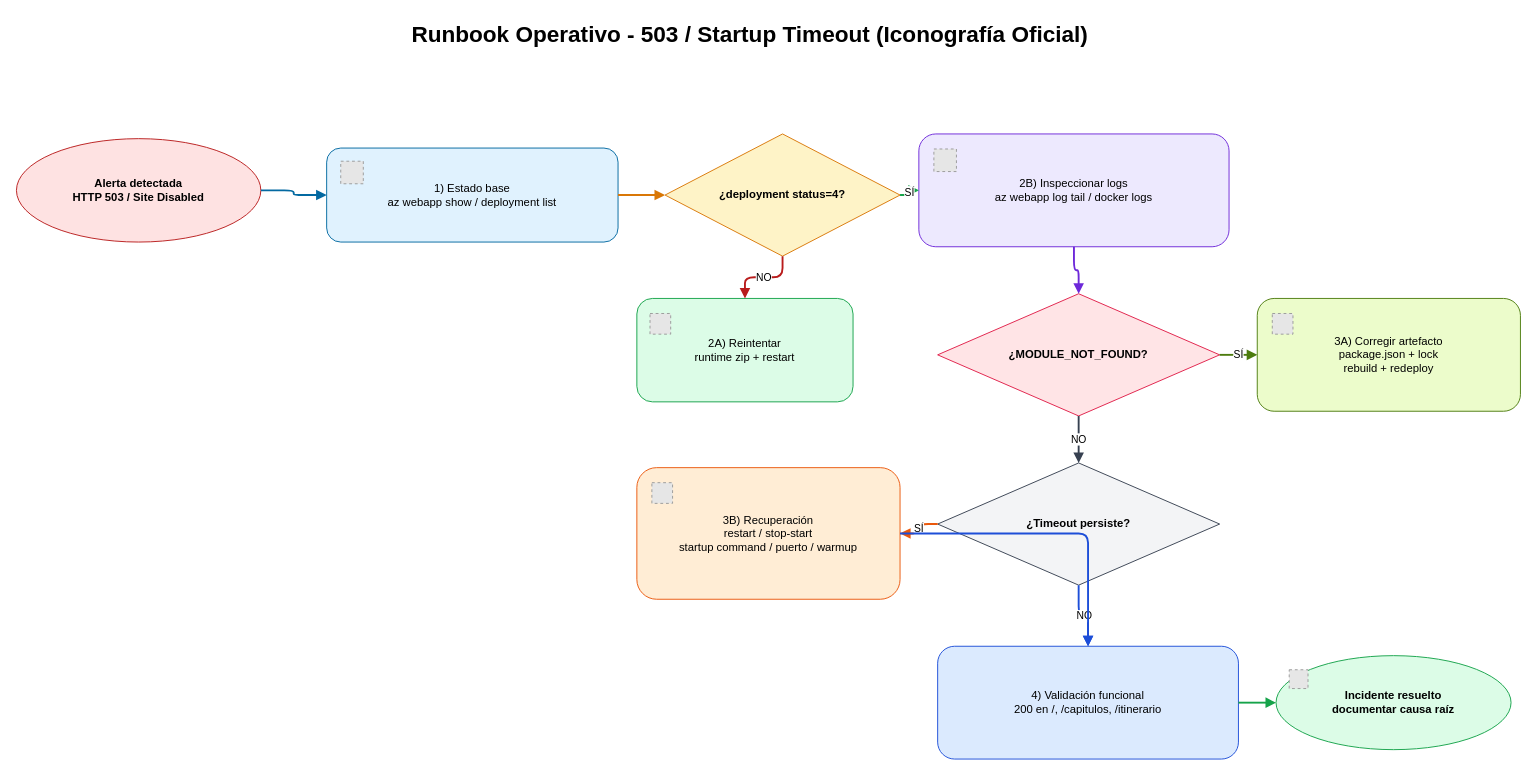
CSA-DanielVillamizar/L.A.M.A.-Rregion-Norte keeps this draw.io diagram as docs/runbook-incidentes-operativos-iconos.drawio. Above is the earlier version. Source tidied: cells renumbered, new cells numbered last; positions are measured from the earlier drawing's top-left corner, leaving out a move shared by most shapes. Both pictures are drawn from the tidied source at 94%, with x=0, y=0 at pixel (16, 16). Pictures stored in the file or linked from it are replaced by grey dashed boxes.
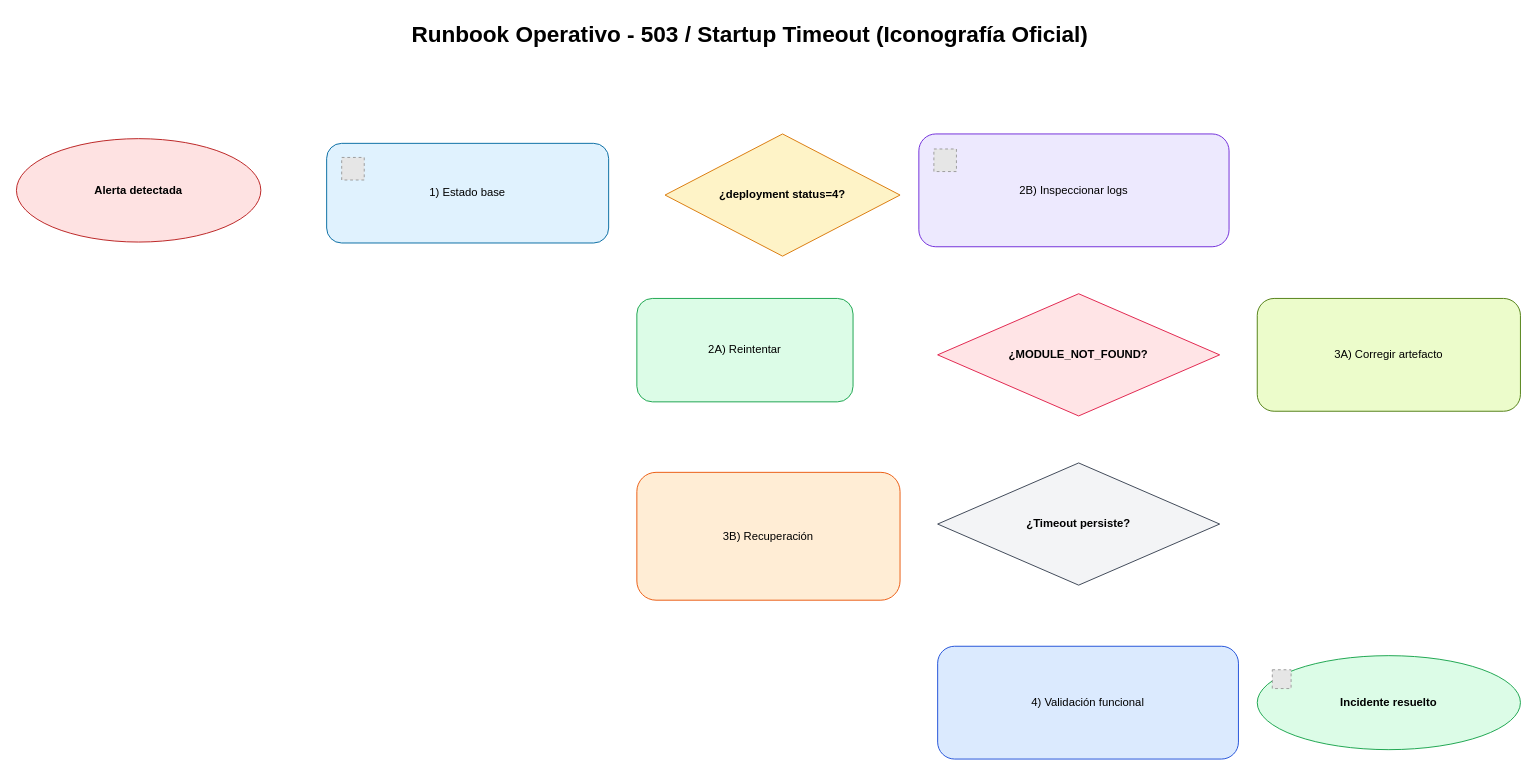
The same diagram, later.

Commit message (it also covers changes not shown here):
docs(diagrams): iconos oficiales reales de Microsoft Azure y GitHub

The change refers to these unchanged cells:
```xml
<mxCell id="6" value="¿deployment status=4?" style="rhombus;whiteSpace=wrap;html=1;fillColor=#FEF3C7;strokeColor=#D97706;fontStyle=1;" parent="1" vertex="1">
  <mxGeometry x="690" y="125" width="250" height="130" as="geometry" />
</mxCell>
<mxCell id="11" value="¿MODULE_NOT_FOUND?" style="rhombus;whiteSpace=wrap;html=1;fillColor=#FFE4E6;strokeColor=#E11D48;fontStyle=1;" parent="1" vertex="1">
  <mxGeometry x="980" y="295" width="300" height="130" as="geometry" />
</mxCell>
<mxCell id="14" value="¿Timeout persiste?" style="rhombus;whiteSpace=wrap;html=1;fillColor=#F3F4F6;strokeColor=#374151;fontStyle=1;" parent="1" vertex="1">
  <mxGeometry x="980" y="475" width="300" height="130" as="geometry" />
</mxCell>
```

The edit, as a diff of the source:
```diff
@@
-    <mxCell id="3" value="Alerta detectada&#10;HTTP 503 / Site Disabled" style="ellipse;whiteSpace=wrap;html=1;fillColor=#FEE2E2;strokeColor=#B91C1C;fontStyle=1;" parent="1" vertex="1">
-      <mxGeometry y="130" width="260" height="110" as="geometry" />
-    </mxCell>
-    <mxCell id="4" value="1) Estado base&#10;az webapp show / deployment list" style="rounded=1;whiteSpace=wrap;html=1;fillColor=#E0F2FE;strokeColor=#0369A1;" parent="1" vertex="1">
-      <mxGeometry x="330" y="140" width="310" height="100" as="geometry" />
-    </mxCell>
-    <mxCell id="5" style="fillColor=#E6E6E6;strokeColor=#999999;dashed=1;html=1;" parent="1" vertex="1">
-      <mxGeometry x="345" y="154" width="24" height="24" as="geometry" />
-    </mxCell>
+    <mxCell id="31" value="Alerta detectada" style="ellipse;whiteSpace=wrap;html=1;fillColor=#FEE2E2;strokeColor=#B91C1C;fontStyle=1;" parent="1" vertex="1">
+      <mxGeometry y="130" width="260" height="110" as="geometry" />
+    </mxCell>
+    <mxCell id="32" value="1) Estado base" style="rounded=1;whiteSpace=wrap;html=1;fillColor=#E0F2FE;strokeColor=#0369A1;" parent="1" vertex="1">
+      <mxGeometry x="330" y="135" width="300" height="106" as="geometry" />
+    </mxCell>
+    <mxCell id="33" style="fillColor=#E6E6E6;strokeColor=#999999;dashed=1;html=1;" parent="1" vertex="1">
+      <mxGeometry x="346" y="150" width="24" height="24" as="geometry" />
+    </mxCell>
@@
-    <mxCell id="7" value="2A) Reintentar&#10;runtime zip + restart" style="rounded=1;whiteSpace=wrap;html=1;fillColor=#DCFCE7;strokeColor=#16A34A;" parent="1" vertex="1">
-      <mxGeometry x="660" y="300" width="230" height="110" as="geometry" />
-    </mxCell>
-    <mxCell id="8" style="fillColor=#E6E6E6;strokeColor=#999999;dashed=1;html=1;" parent="1" vertex="1">
-      <mxGeometry x="674" y="316" width="22" height="22" as="geometry" />
-    </mxCell>
-    <mxCell id="9" value="2B) Inspeccionar logs&#10;az webapp log tail / docker logs" style="rounded=1;whiteSpace=wrap;html=1;fillColor=#EDE9FE;strokeColor=#6D28D9;" parent="1" vertex="1">
-      <mxGeometry x="960" y="125" width="330" height="120" as="geometry" />
-    </mxCell>
+    <mxCell id="34" value="2A) Reintentar" style="rounded=1;whiteSpace=wrap;html=1;fillColor=#DCFCE7;strokeColor=#16A34A;" parent="1" vertex="1">
+      <mxGeometry x="660" y="300" width="230" height="110" as="geometry" />
+    </mxCell>
+    <mxCell id="35" value="2B) Inspeccionar logs" style="rounded=1;whiteSpace=wrap;html=1;fillColor=#EDE9FE;strokeColor=#6D28D9;" parent="1" vertex="1">
+      <mxGeometry x="960" y="125" width="330" height="120" as="geometry" />
+    </mxCell>
@@
-    <mxCell id="12" value="3A) Corregir artefacto&#10;package.json + lock&#10;rebuild + redeploy" style="rounded=1;whiteSpace=wrap;html=1;fillColor=#ECFCCB;strokeColor=#4D7C0F;" parent="1" vertex="1">
-      <mxGeometry x="1320" y="300" width="280" height="120" as="geometry" />
-    </mxCell>
-    <mxCell id="13" style="fillColor=#E6E6E6;strokeColor=#999999;dashed=1;html=1;" parent="1" vertex="1">
-      <mxGeometry x="1336" y="316" width="22" height="22" as="geometry" />
-    </mxCell>
+    <mxCell id="36" value="3A) Corregir artefacto" style="rounded=1;whiteSpace=wrap;html=1;fillColor=#ECFCCB;strokeColor=#4D7C0F;" parent="1" vertex="1">
+      <mxGeometry x="1320" y="300" width="280" height="120" as="geometry" />
+    </mxCell>
@@
-    <mxCell id="15" value="3B) Recuperación&#10;restart / stop-start&#10;startup command / puerto / warmup" style="rounded=1;whiteSpace=wrap;html=1;fillColor=#FFEDD5;strokeColor=#EA580C;" parent="1" vertex="1">
-      <mxGeometry x="660" y="480" width="280" height="140" as="geometry" />
-    </mxCell>
-    <mxCell id="16" style="fillColor=#E6E6E6;strokeColor=#999999;dashed=1;html=1;" parent="1" vertex="1">
-      <mxGeometry x="676" y="496" width="22" height="22" as="geometry" />
-    </mxCell>
-    <mxCell id="17" value="4) Validación funcional&#10;200 en /, /capitulos, /itinerario" style="rounded=1;whiteSpace=wrap;html=1;fillColor=#DBEAFE;strokeColor=#1D4ED8;" parent="1" vertex="1">
-      <mxGeometry x="980" y="670" width="320" height="120" as="geometry" />
-    </mxCell>
-    <mxCell id="18" value="Incidente resuelto&#10;documentar causa raíz" style="ellipse;whiteSpace=wrap;html=1;fillColor=#DCFCE7;strokeColor=#16A34A;fontStyle=1;" parent="1" vertex="1">
-      <mxGeometry x="1340" y="680" width="250" height="100" as="geometry" />
-    </mxCell>
-    <mxCell id="19" style="fillColor=#E6E6E6;strokeColor=#999999;dashed=1;html=1;" parent="1" vertex="1">
-      <mxGeometry x="1354" y="695" width="20" height="20" as="geometry" />
-    </mxCell>
-    <mxCell id="20" style="edgeStyle=orthogonalEdgeStyle;rounded=1;html=1;strokeWidth=2;strokeColor=#0369A1;endArrow=block;endFill=1;" parent="1" edge="1" source="3" target="4">
-      <mxGeometry relative="1" as="geometry" />
-    </mxCell>
-    <mxCell id="21" style="edgeStyle=orthogonalEdgeStyle;rounded=1;html=1;strokeWidth=2;strokeColor=#D97706;endArrow=block;endFill=1;" parent="1" edge="1" source="4" target="6">
-      <mxGeometry relative="1" as="geometry" />
-    </mxCell>
-    <mxCell id="22" value="NO" style="edgeStyle=orthogonalEdgeStyle;rounded=1;html=1;strokeWidth=2;strokeColor=#B91C1C;endArrow=block;endFill=1;" parent="1" edge="1" source="6" target="7">
-      <mxGeometry relative="1" as="geometry" />
-    </mxCell>
-    <mxCell id="23" value="SÍ" style="edgeStyle=orthogonalEdgeStyle;rounded=1;html=1;strokeWidth=2;strokeColor=#16A34A;endArrow=block;endFill=1;" parent="1" edge="1" source="6" target="9">
-      <mxGeometry relative="1" as="geometry" />
-    </mxCell>
-    <mxCell id="24" style="edgeStyle=orthogonalEdgeStyle;rounded=1;html=1;strokeWidth=2;strokeColor=#6D28D9;endArrow=block;endFill=1;" parent="1" edge="1" source="9" target="11">
-      <mxGeometry relative="1" as="geometry" />
-    </mxCell>
-    <mxCell id="25" value="SÍ" style="edgeStyle=orthogonalEdgeStyle;rounded=1;html=1;strokeWidth=2;strokeColor=#4D7C0F;endArrow=block;endFill=1;" parent="1" edge="1" source="11" target="12">
-      <mxGeometry relative="1" as="geometry" />
-    </mxCell>
-    <mxCell id="26" value="NO" style="edgeStyle=orthogonalEdgeStyle;rounded=1;html=1;strokeWidth=2;strokeColor=#374151;endArrow=block;endFill=1;" parent="1" edge="1" source="11" target="14">
-      <mxGeometry relative="1" as="geometry" />
-    </mxCell>
-    <mxCell id="27" value="SÍ" style="edgeStyle=orthogonalEdgeStyle;rounded=1;html=1;strokeWidth=2;strokeColor=#EA580C;endArrow=block;endFill=1;" parent="1" edge="1" source="14" target="15">
-      <mxGeometry relative="1" as="geometry" />
-    </mxCell>
-    <mxCell id="28" value="NO" style="edgeStyle=orthogonalEdgeStyle;rounded=1;html=1;strokeWidth=2;strokeColor=#1D4ED8;endArrow=block;endFill=1;" parent="1" edge="1" source="14" target="17">
-      <mxGeometry relative="1" as="geometry" />
-    </mxCell>
-    <mxCell id="29" style="edgeStyle=orthogonalEdgeStyle;rounded=1;html=1;strokeWidth=2;strokeColor=#1D4ED8;endArrow=block;endFill=1;" parent="1" edge="1" source="15" target="17">
-      <mxGeometry relative="1" as="geometry" />
-    </mxCell>
-    <mxCell id="30" style="edgeStyle=orthogonalEdgeStyle;rounded=1;html=1;strokeWidth=2;strokeColor=#16A34A;endArrow=block;endFill=1;" parent="1" edge="1" source="17" target="18">
-      <mxGeometry relative="1" as="geometry" />
-    </mxCell>
+    <mxCell id="37" value="3B) Recuperación" style="rounded=1;whiteSpace=wrap;html=1;fillColor=#FFEDD5;strokeColor=#EA580C;" parent="1" vertex="1">
+      <mxGeometry x="660" y="485" width="280" height="136" as="geometry" />
+    </mxCell>
+    <mxCell id="38" value="4) Validación funcional" style="rounded=1;whiteSpace=wrap;html=1;fillColor=#DBEAFE;strokeColor=#1D4ED8;" parent="1" vertex="1">
+      <mxGeometry x="980" y="670" width="320" height="120" as="geometry" />
+    </mxCell>
+    <mxCell id="39" value="Incidente resuelto" style="ellipse;whiteSpace=wrap;html=1;fillColor=#DCFCE7;strokeColor=#16A34A;fontStyle=1;" parent="1" vertex="1">
+      <mxGeometry x="1320" y="680" width="280" height="100" as="geometry" />
+    </mxCell>
+    <mxCell id="40" style="fillColor=#E6E6E6;strokeColor=#999999;dashed=1;html=1;" parent="1" vertex="1">
+      <mxGeometry x="1336" y="695" width="20" height="20" as="geometry" />
+    </mxCell>
```
